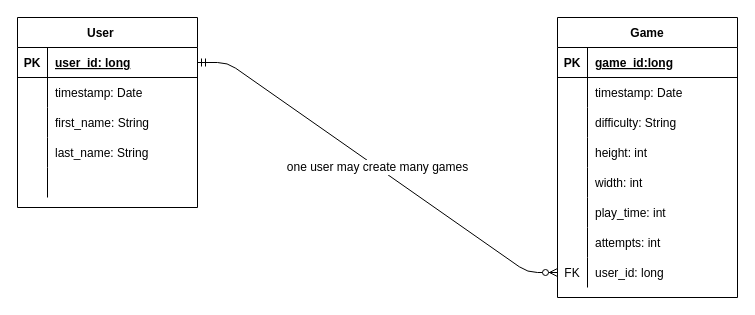
Earlier version of the draw.io diagram docs/work/erd.drawio (ddc-java-13/tile-match). Source tidied: cells renumbered, new cells numbered last; positions are measured from the earlier drawing's top-left corner, leaving out a move shared by most shapes. Both pictures are drawn from the tidied source at 100%, with x=0, y=0 at pixel (17, 17).
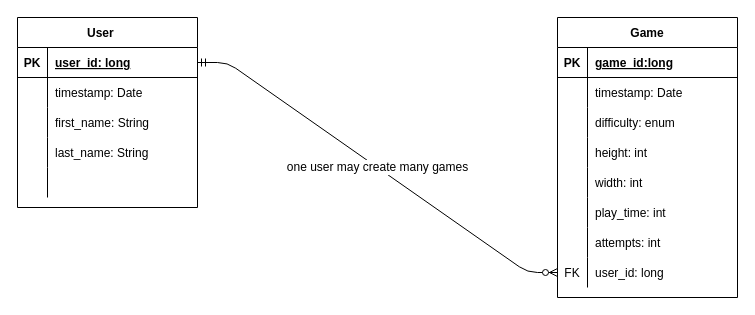
After the change.

Unchanged cells that the change refers to:
```xml
<mxCell id="25" style="shape=partialRectangle;fillColor=none;top=0;left=0;bottom=0;right=0;" parent="18" vertex="1">
  <mxGeometry y="90" width="180" height="30" as="geometry" />
</mxCell>
```

Change to the diagram source:
```diff
@@
-    <mxCell id="27" value="difficulty: String" style="shape=partialRectangle;fillColor=none;top=0;left=0;bottom=0;right=0;align=left;spacingLeft=6;overflow=hidden;" parent="25" vertex="1">
+    <mxCell id="27" value="difficulty: enum" style="shape=partialRectangle;fillColor=none;top=0;left=0;bottom=0;right=0;align=left;spacingLeft=6;overflow=hidden;" parent="25" vertex="1">
       <mxGeometry x="30" width="150" height="30" as="geometry" />
     </mxCell>
```
